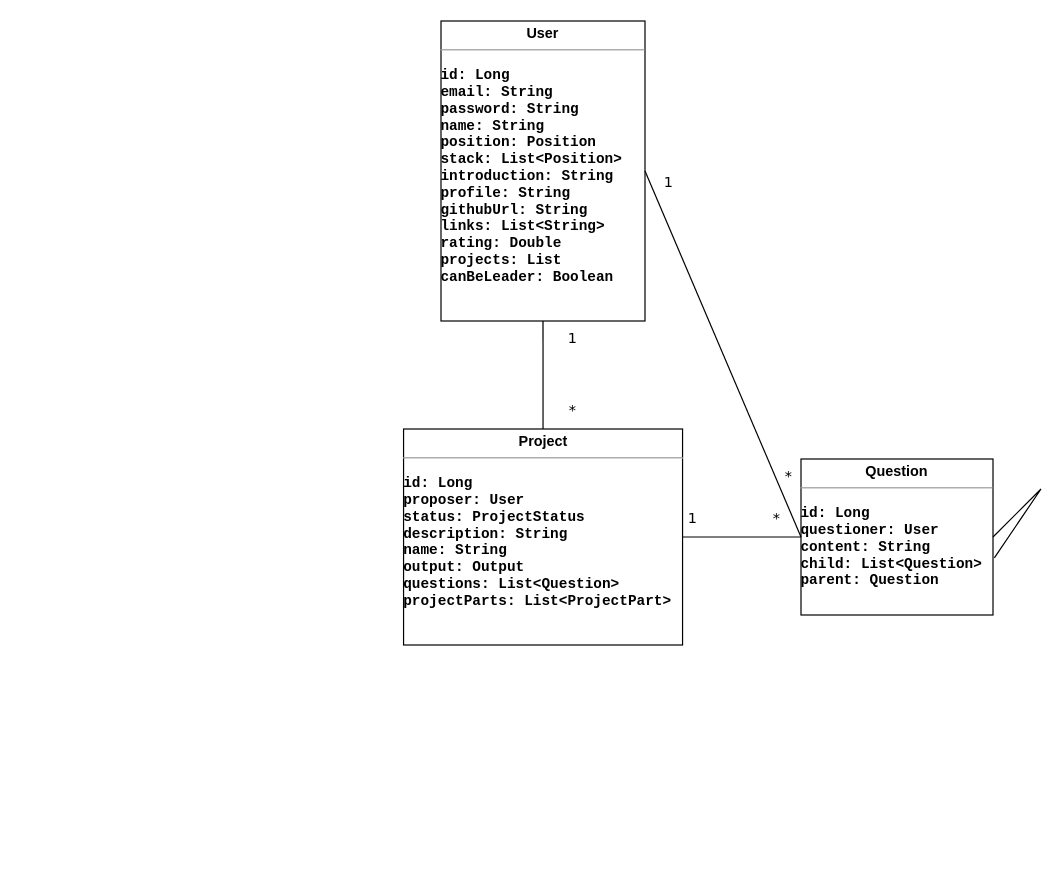
This is Untitled Diagram.drawio from zelo0/cruit, a draw.io file, before an edit. Source tidied: cells renumbered, new cells numbered last; positions are measured from the earlier drawing's top-left corner, leaving out a move shared by most shapes. Both pictures are drawn from the tidied source at 120%, with x=0, y=0 at pixel (403, 20).
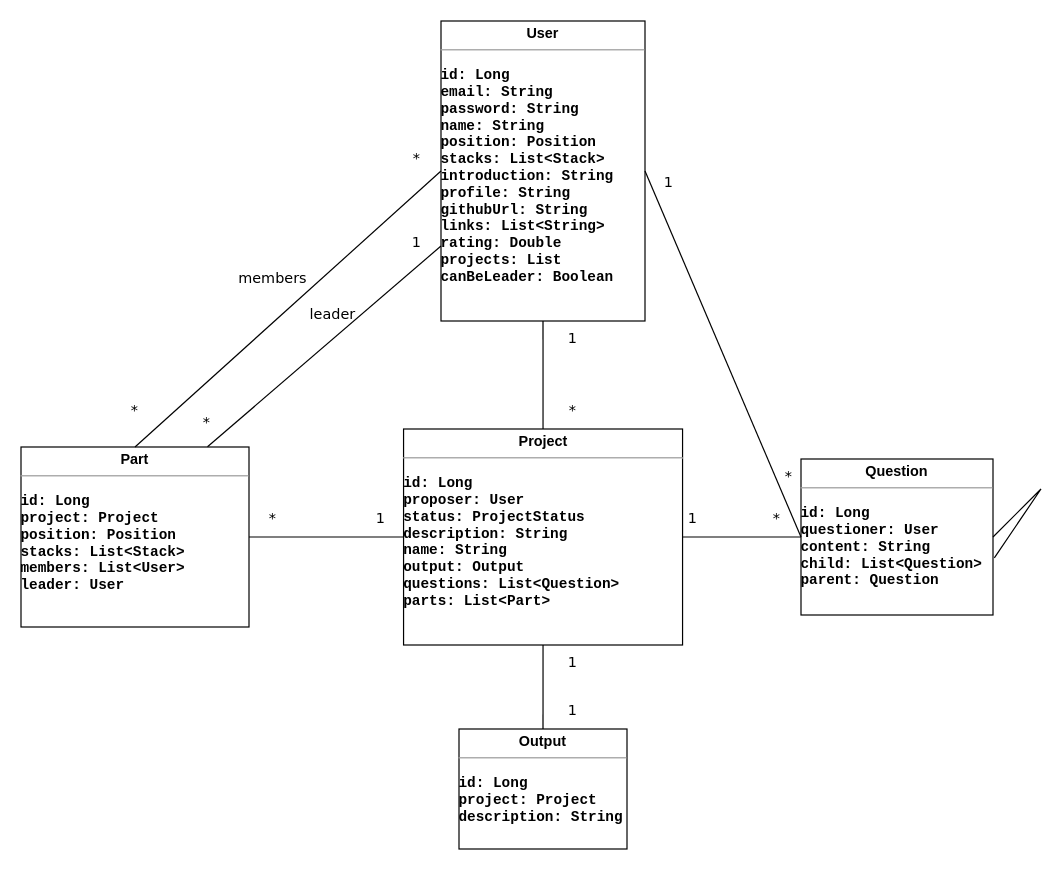
The same page after the edit.

Commit message:
part, ouput 추가

Change to the diagram source:
```diff
@@
-    <mxCell id="2" value="&lt;p style=&quot;margin: 0px ; margin-top: 4px ; text-align: center&quot;&gt;&lt;span&gt;User&lt;/span&gt;&lt;/p&gt;&lt;hr size=&quot;1&quot;&gt;&lt;p&gt;&lt;/p&gt;&lt;pre style=&quot;height: 2px ; line-height: 1.5&quot;&gt;&lt;span&gt;id: Long&lt;/span&gt;&lt;/pre&gt;&lt;pre style=&quot;height: 2px ; line-height: 1.5&quot;&gt;&lt;span&gt;email: String&lt;/span&gt;&lt;/pre&gt;&lt;pre style=&quot;height: 2px ; line-height: 1.5&quot;&gt;&lt;span&gt;password: String&lt;/span&gt;&lt;/pre&gt;&lt;pre style=&quot;height: 2px ; line-height: 1.5&quot;&gt;&lt;span&gt;name: String&lt;/span&gt;&lt;/pre&gt;&lt;pre style=&quot;height: 2px ; line-height: 1.5&quot;&gt;&lt;span&gt;position: Position&lt;/span&gt;&lt;/pre&gt;&lt;pre style=&quot;height: 2px ; line-height: 1.5&quot;&gt;&lt;span&gt;stack: List&amp;lt;Position&amp;gt;&lt;/span&gt;&lt;/pre&gt;&lt;pre style=&quot;height: 2px ; line-height: 1.5&quot;&gt;&lt;span&gt;introduction: String&lt;/span&gt;&lt;/pre&gt;&lt;pre style=&quot;height: 2px ; line-height: 1.5&quot;&gt;&lt;span&gt;profile: String&lt;/span&gt;&lt;/pre&gt;&lt;pre style=&quot;height: 2px ; line-height: 1.5&quot;&gt;&lt;span&gt;githubUrl: String&lt;/span&gt;&lt;/pre&gt;&lt;pre style=&quot;height: 2px ; line-height: 1.5&quot;&gt;&lt;span&gt;links: List&amp;lt;String&amp;gt;&lt;/span&gt;&lt;/pre&gt;&lt;pre style=&quot;height: 2px ; line-height: 1.5&quot;&gt;&lt;span&gt;rating: Double&lt;/span&gt;&lt;/pre&gt;&lt;pre style=&quot;height: 2px ; line-height: 1.5&quot;&gt;&lt;span&gt;projects: List&lt;/span&gt;&lt;/pre&gt;&lt;pre style=&quot;height: 2px ; line-height: 1.5&quot;&gt;&lt;span&gt;canBeLeader: Boolean&lt;/span&gt;&lt;/pre&gt;&lt;pre style=&quot;height: 2px ; line-height: 1.5&quot;&gt;&lt;span&gt;&lt;br&gt;&lt;/span&gt;&lt;/pre&gt;&lt;p&gt;&lt;/p&gt;" style="verticalAlign=top;align=left;overflow=fill;fontSize=12;fontFamily=Helvetica;html=1;horizontal=1;rounded=0;sketch=0;spacingLeft=0;labelBackgroundColor=none;labelBorderColor=none;fontStyle=1;spacingBottom=0;spacingRight=0;spacing=2;" parent="1" vertex="1">
+    <mxCell id="2" value="&lt;p style=&quot;margin: 0px ; margin-top: 4px ; text-align: center&quot;&gt;&lt;span&gt;User&lt;/span&gt;&lt;/p&gt;&lt;hr size=&quot;1&quot;&gt;&lt;p&gt;&lt;/p&gt;&lt;pre style=&quot;height: 2px ; line-height: 1.5&quot;&gt;&lt;span&gt;id: Long&lt;/span&gt;&lt;/pre&gt;&lt;pre style=&quot;height: 2px ; line-height: 1.5&quot;&gt;&lt;span&gt;email: String&lt;/span&gt;&lt;/pre&gt;&lt;pre style=&quot;height: 2px ; line-height: 1.5&quot;&gt;&lt;span&gt;password: String&lt;/span&gt;&lt;/pre&gt;&lt;pre style=&quot;height: 2px ; line-height: 1.5&quot;&gt;&lt;span&gt;name: String&lt;/span&gt;&lt;/pre&gt;&lt;pre style=&quot;height: 2px ; line-height: 1.5&quot;&gt;&lt;span&gt;position: Position&lt;/span&gt;&lt;/pre&gt;&lt;pre style=&quot;height: 2px ; line-height: 1.5&quot;&gt;&lt;span&gt;stacks: List&amp;lt;Stack&amp;gt;&lt;/span&gt;&lt;/pre&gt;&lt;pre style=&quot;height: 2px ; line-height: 1.5&quot;&gt;&lt;span&gt;introduction: String&lt;/span&gt;&lt;/pre&gt;&lt;pre style=&quot;height: 2px ; line-height: 1.5&quot;&gt;&lt;span&gt;profile: String&lt;/span&gt;&lt;/pre&gt;&lt;pre style=&quot;height: 2px ; line-height: 1.5&quot;&gt;&lt;span&gt;githubUrl: String&lt;/span&gt;&lt;/pre&gt;&lt;pre style=&quot;height: 2px ; line-height: 1.5&quot;&gt;&lt;span&gt;links: List&amp;lt;String&amp;gt;&lt;/span&gt;&lt;/pre&gt;&lt;pre style=&quot;height: 2px ; line-height: 1.5&quot;&gt;&lt;span&gt;rating: Double&lt;/span&gt;&lt;/pre&gt;&lt;pre style=&quot;height: 2px ; line-height: 1.5&quot;&gt;&lt;span&gt;projects: List&lt;/span&gt;&lt;/pre&gt;&lt;pre style=&quot;height: 2px ; line-height: 1.5&quot;&gt;&lt;span&gt;canBeLeader: Boolean&lt;/span&gt;&lt;/pre&gt;&lt;pre style=&quot;height: 2px ; line-height: 1.5&quot;&gt;&lt;span&gt;&lt;br&gt;&lt;/span&gt;&lt;/pre&gt;&lt;p&gt;&lt;/p&gt;" style="verticalAlign=top;align=left;overflow=fill;fontSize=12;fontFamily=Helvetica;html=1;horizontal=1;rounded=0;sketch=0;spacingLeft=0;labelBackgroundColor=none;labelBorderColor=none;fontStyle=1;spacingBottom=0;spacingRight=0;spacing=2;" parent="1" vertex="1">
       <mxGeometry x="31" width="170" height="250" as="geometry" />
     </mxCell>
-    <mxCell id="3" value="&lt;p style=&quot;margin: 0px ; margin-top: 4px ; text-align: center&quot;&gt;&lt;b&gt;Project&lt;/b&gt;&lt;/p&gt;&lt;hr size=&quot;1&quot;&gt;&lt;p&gt;&lt;/p&gt;&lt;pre style=&quot;height: 2px ; line-height: 1.5&quot;&gt;&lt;b&gt;id: Long&lt;/b&gt;&lt;/pre&gt;&lt;pre style=&quot;height: 2px ; line-height: 1.5&quot;&gt;&lt;b&gt;proposer: User&lt;/b&gt;&lt;/pre&gt;&lt;pre style=&quot;height: 2px ; line-height: 1.5&quot;&gt;&lt;b&gt;status: ProjectStatus&lt;/b&gt;&lt;/pre&gt;&lt;pre style=&quot;height: 2px ; line-height: 1.5&quot;&gt;&lt;b&gt;description: String&lt;/b&gt;&lt;/pre&gt;&lt;pre style=&quot;height: 2px ; line-height: 1.5&quot;&gt;&lt;b&gt;name: String&lt;/b&gt;&lt;/pre&gt;&lt;pre style=&quot;height: 2px ; line-height: 1.5&quot;&gt;&lt;b&gt;output: Output&lt;/b&gt;&lt;/pre&gt;&lt;pre style=&quot;height: 2px ; line-height: 1.5&quot;&gt;&lt;b&gt;questions: List&amp;lt;Question&amp;gt;&lt;/b&gt;&lt;/pre&gt;&lt;pre style=&quot;height: 2px ; line-height: 1.5&quot;&gt;&lt;b&gt;projectParts: List&amp;lt;ProjectPart&amp;gt;&lt;/b&gt;&lt;/pre&gt;&lt;p&gt;&lt;/p&gt;" style="verticalAlign=top;align=left;overflow=fill;fontSize=12;fontFamily=Helvetica;html=1;" parent="1" vertex="1">
+    <mxCell id="3" value="&lt;p style=&quot;margin: 0px ; margin-top: 4px ; text-align: center&quot;&gt;&lt;b&gt;Project&lt;/b&gt;&lt;/p&gt;&lt;hr size=&quot;1&quot;&gt;&lt;p&gt;&lt;/p&gt;&lt;pre style=&quot;height: 2px ; line-height: 1.5&quot;&gt;&lt;b&gt;id: Long&lt;/b&gt;&lt;/pre&gt;&lt;pre style=&quot;height: 2px ; line-height: 1.5&quot;&gt;&lt;b&gt;proposer: User&lt;/b&gt;&lt;/pre&gt;&lt;pre style=&quot;height: 2px ; line-height: 1.5&quot;&gt;&lt;b&gt;status: ProjectStatus&lt;/b&gt;&lt;/pre&gt;&lt;pre style=&quot;height: 2px ; line-height: 1.5&quot;&gt;&lt;b&gt;description: String&lt;/b&gt;&lt;/pre&gt;&lt;pre style=&quot;height: 2px ; line-height: 1.5&quot;&gt;&lt;b&gt;name: String&lt;/b&gt;&lt;/pre&gt;&lt;pre style=&quot;height: 2px ; line-height: 1.5&quot;&gt;&lt;b&gt;output: Output&lt;/b&gt;&lt;/pre&gt;&lt;pre style=&quot;height: 2px ; line-height: 1.5&quot;&gt;&lt;b&gt;questions: List&amp;lt;Question&amp;gt;&lt;/b&gt;&lt;/pre&gt;&lt;pre style=&quot;height: 2px ; line-height: 1.5&quot;&gt;&lt;b&gt;parts: List&amp;lt;Part&amp;gt;&lt;/b&gt;&lt;/pre&gt;&lt;p&gt;&lt;/p&gt;" style="verticalAlign=top;align=left;overflow=fill;fontSize=12;fontFamily=Helvetica;html=1;" parent="1" vertex="1">
       <mxGeometry x="-0.2" y="340" width="232.5" height="180" as="geometry" />
     </mxCell>
@@
+    <mxCell id="15" value="&lt;p style=&quot;margin: 0px ; margin-top: 4px ; text-align: center&quot;&gt;&lt;b&gt;Output&lt;/b&gt;&lt;/p&gt;&lt;hr size=&quot;1&quot;&gt;&lt;p&gt;&lt;/p&gt;&lt;pre style=&quot;height: 2px ; line-height: 1.5&quot;&gt;&lt;b&gt;id: Long&lt;/b&gt;&lt;/pre&gt;&lt;pre style=&quot;height: 2px ; line-height: 1.5&quot;&gt;&lt;b&gt;project: Project&lt;/b&gt;&lt;/pre&gt;&lt;pre style=&quot;height: 2px ; line-height: 1.5&quot;&gt;&lt;b&gt;description: String&lt;/b&gt;&lt;/pre&gt;&lt;pre style=&quot;height: 2px ; line-height: 1.5&quot;&gt;&lt;b&gt;&lt;br&gt;&lt;/b&gt;&lt;/pre&gt;&lt;p&gt;&lt;/p&gt;" style="verticalAlign=top;align=left;overflow=fill;fontSize=12;fontFamily=Helvetica;html=1;" parent="1" vertex="1">
+      <mxGeometry x="46" y="590" width="140" height="100" as="geometry" />
+    </mxCell>
+    <mxCell id="16" style="endArrow=none;html=1;rounded=0;fontFamily=Verdana;fontSize=12;entryX=0.5;entryY=1;entryDx=0;entryDy=0;exitX=0.5;exitY=0;exitDx=0;exitDy=0;" parent="1" edge="1" source="15" target="3">
+      <mxGeometry relative="1" as="geometry" />
+    </mxCell>
+    <mxCell id="17" value="1" style="text;html=1;strokeColor=none;fillColor=none;align=center;verticalAlign=middle;whiteSpace=wrap;rounded=0;labelBackgroundColor=none;labelBorderColor=none;sketch=0;fontFamily=Verdana;fontSize=12;" parent="1" vertex="1">
+      <mxGeometry x="111" y="520" width="60" height="30" as="geometry" />
+    </mxCell>
+    <mxCell id="18" value="1" style="text;html=1;strokeColor=none;fillColor=none;align=center;verticalAlign=middle;whiteSpace=wrap;rounded=0;labelBackgroundColor=none;labelBorderColor=none;sketch=0;fontFamily=Verdana;fontSize=12;" parent="1" vertex="1">
+      <mxGeometry x="111" y="560" width="60" height="30" as="geometry" />
+    </mxCell>
+    <mxCell id="19" value="&lt;p style=&quot;margin: 0px ; margin-top: 4px ; text-align: center&quot;&gt;&lt;b&gt;Part&lt;/b&gt;&lt;/p&gt;&lt;hr size=&quot;1&quot;&gt;&lt;p&gt;&lt;/p&gt;&lt;pre style=&quot;height: 2px ; line-height: 1.5&quot;&gt;&lt;b&gt;id: Long&lt;/b&gt;&lt;/pre&gt;&lt;pre style=&quot;height: 2px ; line-height: 1.5&quot;&gt;&lt;b&gt;project: Project&lt;/b&gt;&lt;/pre&gt;&lt;pre style=&quot;height: 2px ; line-height: 1.5&quot;&gt;&lt;b&gt;position: Position&lt;/b&gt;&lt;/pre&gt;&lt;pre style=&quot;height: 2px ; line-height: 1.5&quot;&gt;&lt;b&gt;stacks: List&amp;lt;Stack&amp;gt;&lt;/b&gt;&lt;/pre&gt;&lt;pre style=&quot;height: 2px ; line-height: 1.5&quot;&gt;&lt;b&gt;members: List&amp;lt;User&amp;gt;&lt;/b&gt;&lt;/pre&gt;&lt;pre style=&quot;height: 2px ; line-height: 1.5&quot;&gt;&lt;b&gt;leader: User&lt;/b&gt;&lt;/pre&gt;&lt;p&gt;&lt;/p&gt;" style="verticalAlign=top;align=left;overflow=fill;fontSize=12;fontFamily=Helvetica;html=1;" parent="1" vertex="1">
+      <mxGeometry x="-319" y="355" width="190" height="150" as="geometry" />
+    </mxCell>
+    <mxCell id="20" style="endArrow=none;html=1;rounded=0;fontFamily=Verdana;fontSize=12;exitX=1;exitY=0.5;exitDx=0;exitDy=0;entryX=0;entryY=0.5;entryDx=0;entryDy=0;" parent="1" edge="1" source="19" target="3">
+      <mxGeometry relative="1" as="geometry" />
+    </mxCell>
+    <mxCell id="21" style="endArrow=none;html=1;rounded=0;fontFamily=Verdana;fontSize=12;exitX=0.5;exitY=0;exitDx=0;exitDy=0;entryX=0;entryY=0.5;entryDx=0;entryDy=0;" parent="1" edge="1" source="19" target="2">
+      <mxGeometry relative="1" as="geometry" />
+    </mxCell>
+    <mxCell id="22" value="1" style="text;html=1;strokeColor=none;fillColor=none;align=center;verticalAlign=middle;whiteSpace=wrap;rounded=0;labelBackgroundColor=none;labelBorderColor=none;sketch=0;fontFamily=Verdana;fontSize=12;" parent="1" vertex="1">
+      <mxGeometry x="-49" y="400" width="60" height="30" as="geometry" />
+    </mxCell>
+    <mxCell id="23" value="*" style="text;html=1;strokeColor=none;fillColor=none;align=center;verticalAlign=middle;whiteSpace=wrap;rounded=0;labelBackgroundColor=none;labelBorderColor=none;sketch=0;fontFamily=Verdana;fontSize=12;" parent="1" vertex="1">
+      <mxGeometry x="-139" y="400" width="60" height="30" as="geometry" />
+    </mxCell>
+    <mxCell id="24" value="*" style="text;html=1;strokeColor=none;fillColor=none;align=center;verticalAlign=middle;whiteSpace=wrap;rounded=0;labelBackgroundColor=none;labelBorderColor=none;sketch=0;fontFamily=Verdana;fontSize=12;" parent="1" vertex="1">
+      <mxGeometry x="-254" y="310" width="60" height="30" as="geometry" />
+    </mxCell>
+    <mxCell id="25" value="*" style="text;html=1;strokeColor=none;fillColor=none;align=center;verticalAlign=middle;whiteSpace=wrap;rounded=0;labelBackgroundColor=none;labelBorderColor=none;sketch=0;fontFamily=Verdana;fontSize=12;" parent="1" vertex="1">
+      <mxGeometry x="-19" y="100" width="60" height="30" as="geometry" />
+    </mxCell>
+    <mxCell id="26" style="endArrow=none;html=1;rounded=0;fontFamily=Verdana;fontSize=12;exitX=0.818;exitY=-0.001;exitDx=0;exitDy=0;exitPerimeter=0;entryX=0;entryY=0.75;entryDx=0;entryDy=0;" parent="1" edge="1" source="19" target="2">
+      <mxGeometry relative="1" as="geometry" />
+    </mxCell>
+    <mxCell id="27" value="*" style="text;html=1;strokeColor=none;fillColor=none;align=center;verticalAlign=middle;whiteSpace=wrap;rounded=0;labelBackgroundColor=none;labelBorderColor=none;sketch=0;fontFamily=Verdana;fontSize=12;" parent="1" vertex="1">
+      <mxGeometry x="-194" y="320" width="60" height="30" as="geometry" />
+    </mxCell>
+    <mxCell id="28" value="1" style="text;html=1;strokeColor=none;fillColor=none;align=center;verticalAlign=middle;whiteSpace=wrap;rounded=0;labelBackgroundColor=none;labelBorderColor=none;sketch=0;fontFamily=Verdana;fontSize=12;" parent="1" vertex="1">
+      <mxGeometry x="-19" y="170" width="60" height="30" as="geometry" />
+    </mxCell>
+    <mxCell id="29" value="members" style="text;html=1;strokeColor=none;fillColor=none;align=center;verticalAlign=middle;whiteSpace=wrap;rounded=0;labelBackgroundColor=none;labelBorderColor=none;sketch=0;fontFamily=Verdana;fontSize=12;" parent="1" vertex="1">
+      <mxGeometry x="-139" y="200" width="60" height="30" as="geometry" />
+    </mxCell>
+    <mxCell id="30" value="leader" style="text;html=1;strokeColor=none;fillColor=none;align=center;verticalAlign=middle;whiteSpace=wrap;rounded=0;labelBackgroundColor=none;labelBorderColor=none;sketch=0;fontFamily=Verdana;fontSize=12;" parent="1" vertex="1">
+      <mxGeometry x="-89" y="230" width="60" height="30" as="geometry" />
+    </mxCell>
```
